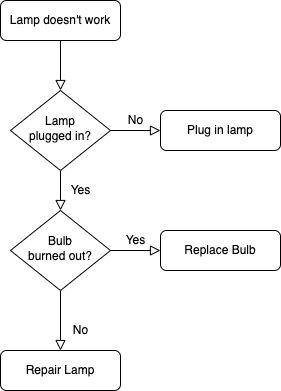
This is docs/images/test.png from dcp-xp/dcp-xp.github.io, a draw.io export, as it was before one commit. Source tidied: cells renumbered, new cells last; positions are measured from the earlier drawing's top-left corner, leaving out a move shared by most shapes. Its diagram source:
```xml
<mxGraphModel>
  <root>
    <mxCell id="0" />
    <mxCell id="1" parent="0" />
    <mxCell id="2" style="rounded=0;html=1;jettySize=auto;fontSize=11;endArrow=block;endFill=0;endSize=8;strokeWidth=1;shadow=0;labelBackgroundColor=none;edgeStyle=orthogonalEdgeStyle;" parent="1" edge="1" source="3" target="6">
      <mxGeometry relative="1" as="geometry" />
    </mxCell>
    <mxCell id="3" value="Lamp doesn't work" style="rounded=1;whiteSpace=wrap;html=1;fontSize=12;glass=0;strokeWidth=1;shadow=0;" parent="1" vertex="1">
      <mxGeometry width="120" height="40" as="geometry" />
    </mxCell>
    <mxCell id="4" value="Yes" style="rounded=0;html=1;jettySize=auto;fontSize=11;endArrow=block;endFill=0;endSize=8;strokeWidth=1;shadow=0;labelBackgroundColor=none;edgeStyle=orthogonalEdgeStyle;" parent="1" edge="1" source="6" target="10">
      <mxGeometry y="20" relative="1" as="geometry" />
    </mxCell>
    <mxCell id="5" value="No" style="edgeStyle=orthogonalEdgeStyle;rounded=0;html=1;jettySize=auto;fontSize=11;endArrow=block;endFill=0;endSize=8;strokeWidth=1;shadow=0;labelBackgroundColor=none;" parent="1" edge="1" source="6" target="7">
      <mxGeometry y="10" relative="1" as="geometry" />
    </mxCell>
    <mxCell id="6" value="Lamp&lt;br&gt;plugged in?" style="rhombus;whiteSpace=wrap;html=1;shadow=0;fontFamily=Helvetica;fontSize=12;align=center;strokeWidth=1;spacing=6;spacingTop=-4;" parent="1" vertex="1">
      <mxGeometry x="10" y="90" width="100" height="80" as="geometry" />
    </mxCell>
    <mxCell id="7" value="Plug in lamp" style="rounded=1;whiteSpace=wrap;html=1;fontSize=12;glass=0;strokeWidth=1;shadow=0;" parent="1" vertex="1">
      <mxGeometry x="160" y="110" width="120" height="40" as="geometry" />
    </mxCell>
    <mxCell id="8" value="No" style="rounded=0;html=1;jettySize=auto;fontSize=11;endArrow=block;endFill=0;endSize=8;strokeWidth=1;shadow=0;labelBackgroundColor=none;edgeStyle=orthogonalEdgeStyle;" parent="1" edge="1" source="10" target="11">
      <mxGeometry x="0.33" y="20" relative="1" as="geometry" />
    </mxCell>
    <mxCell id="9" value="Yes" style="edgeStyle=orthogonalEdgeStyle;rounded=0;html=1;jettySize=auto;fontSize=11;endArrow=block;endFill=0;endSize=8;strokeWidth=1;shadow=0;labelBackgroundColor=none;" parent="1" edge="1" source="10" target="12">
      <mxGeometry y="10" relative="1" as="geometry" />
    </mxCell>
    <mxCell id="10" value="Bulb&lt;br&gt;burned out?" style="rhombus;whiteSpace=wrap;html=1;shadow=0;fontFamily=Helvetica;fontSize=12;align=center;strokeWidth=1;spacing=6;spacingTop=-4;" parent="1" vertex="1">
      <mxGeometry x="10" y="210" width="100" height="80" as="geometry" />
    </mxCell>
    <mxCell id="11" value="Repair Lamp" style="rounded=1;whiteSpace=wrap;html=1;fontSize=12;glass=0;strokeWidth=1;shadow=0;" parent="1" vertex="1">
      <mxGeometry y="350" width="120" height="40" as="geometry" />
    </mxCell>
    <mxCell id="12" value="Replace Bulb" style="rounded=1;whiteSpace=wrap;html=1;fontSize=12;glass=0;strokeWidth=1;shadow=0;" parent="1" vertex="1">
      <mxGeometry x="160" y="230" width="120" height="40" as="geometry" />
    </mxCell>
  </root>
</mxGraphModel>
```
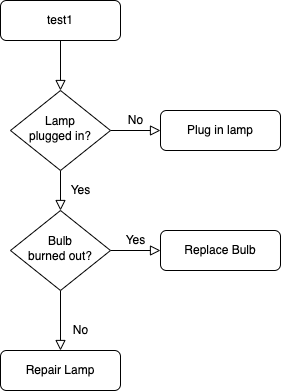
Above is the later version.

What changed in the source:
```diff
@@ -5,7 +5,7 @@
     <mxCell id="2" style="rounded=0;html=1;jettySize=auto;fontSize=11;endArrow=block;endFill=0;endSize=8;strokeWidth=1;shadow=0;labelBackgroundColor=none;edgeStyle=orthogonalEdgeStyle;" parent="1" edge="1" source="3" target="6">
       <mxGeometry relative="1" as="geometry" />
     </mxCell>
-    <mxCell id="3" value="Lamp doesn't work" style="rounded=1;whiteSpace=wrap;html=1;fontSize=12;glass=0;strokeWidth=1;shadow=0;" parent="1" vertex="1">
+    <mxCell id="3" value="test1" style="rounded=1;whiteSpace=wrap;html=1;fontSize=12;glass=0;strokeWidth=1;shadow=0;" parent="1" vertex="1">
       <mxGeometry width="120" height="40" as="geometry" />
     </mxCell>
     <mxCell id="4" value="Yes" style="rounded=0;html=1;jettySize=auto;fontSize=11;endArrow=block;endFill=0;endSize=8;strokeWidth=1;shadow=0;labelBackgroundColor=none;edgeStyle=orthogonalEdgeStyle;" parent="1" edge="1" source="6" target="10">
```
